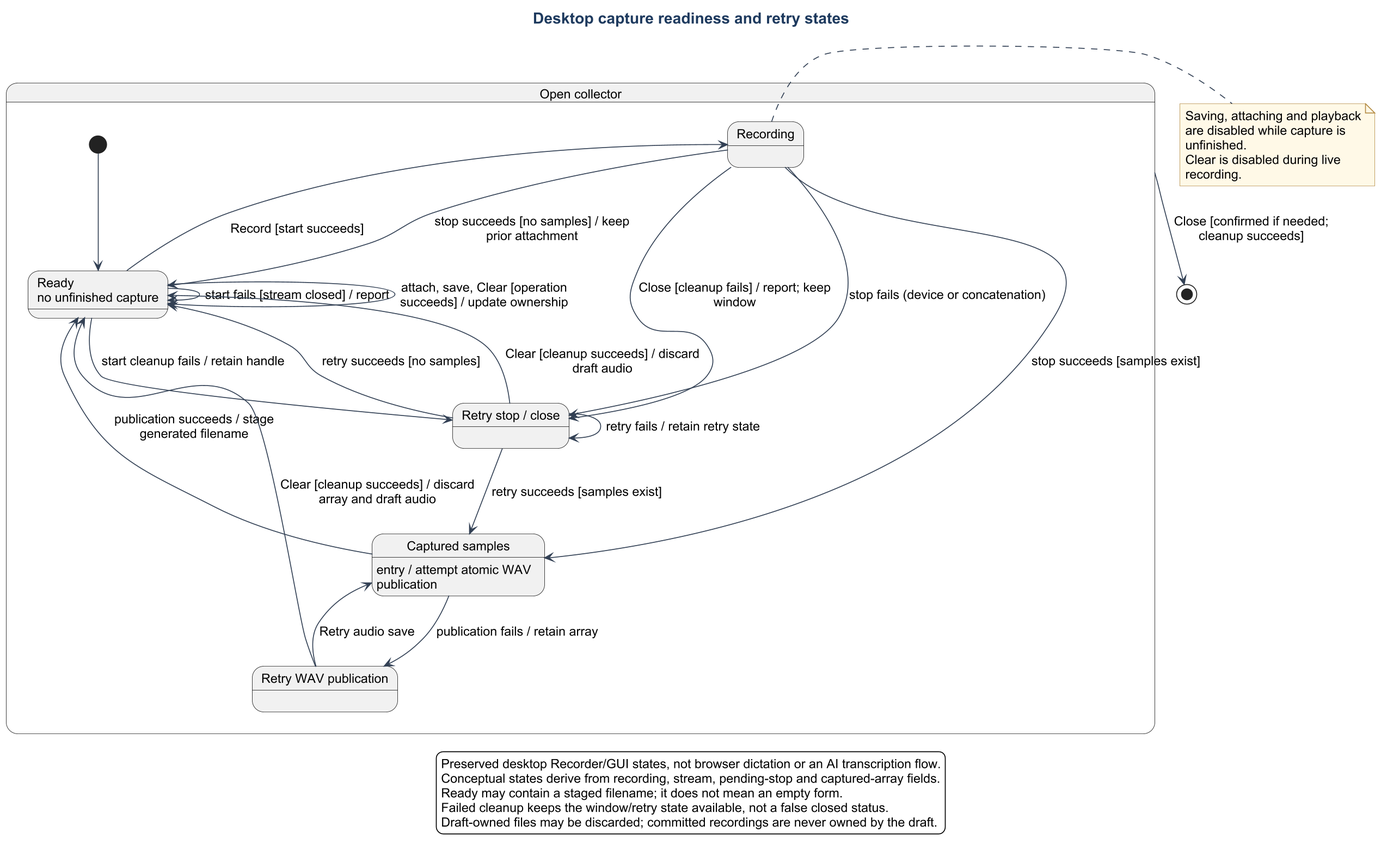
Earlier version of the PlantUML export docs/diagrams/state-audio.png (Suraku237/francanglaiscompiler). The source it was exported from:
```plantuml
@startuml
!include theme.iuml
title Desktop capture readiness and retry states
state "Open collector" as Open {
  state "Ready\nno unfinished capture" as Ready
  state "Recording" as Recording
  state "Retry stop / close" as StopRetry
  state "Captured samples" as Captured
  state "Retry WAV publication" as WriteRetry
  Captured : entry / attempt atomic WAV publication
  [*] --> Ready
  Ready --> Recording : Record [start succeeds]
  Ready --> Ready : start fails [stream closed] / report
  Ready --> StopRetry : start cleanup fails / retain handle
  Recording --> StopRetry : stop fails (device or concatenation)
  Recording --> StopRetry : Close [cleanup fails] / report; keep window
  Recording --> Captured : stop succeeds [samples exist]
  Recording --> Ready : stop succeeds [no samples] / keep prior attachment
  StopRetry --> StopRetry : retry fails / retain retry state
  StopRetry --> Captured : retry succeeds [samples exist]
  StopRetry --> Ready : retry succeeds [no samples]
  Captured --> Ready : publication succeeds / stage generated filename
  Captured --> WriteRetry : publication fails / retain array
  WriteRetry --> Captured : Retry audio save
  StopRetry --> Ready : Clear [cleanup succeeds] / discard draft audio
  WriteRetry --> Ready : Clear [cleanup succeeds] / discard array and draft audio
  Ready --> Ready : attach, save, Clear [operation succeeds] / update ownership
}
Open --> [*] : Close [confirmed if needed; cleanup succeeds]
note right of Recording
  Saving, attaching and playback
  are disabled while capture is unfinished.
  Clear is disabled during live recording.
end note
legend bottom
  Preserved desktop Recorder/GUI states, not browser dictation or an AI transcription flow.
  Conceptual states derive from recording, stream, pending-stop and captured-array fields.
  Ready may contain a staged filename; it does not mean an empty form.
  Failed cleanup keeps the window/retry state available, not a false closed status.
  Draft-owned files may be discarded; committed recordings are never owned by the draft.
endlegend
@enduml
```
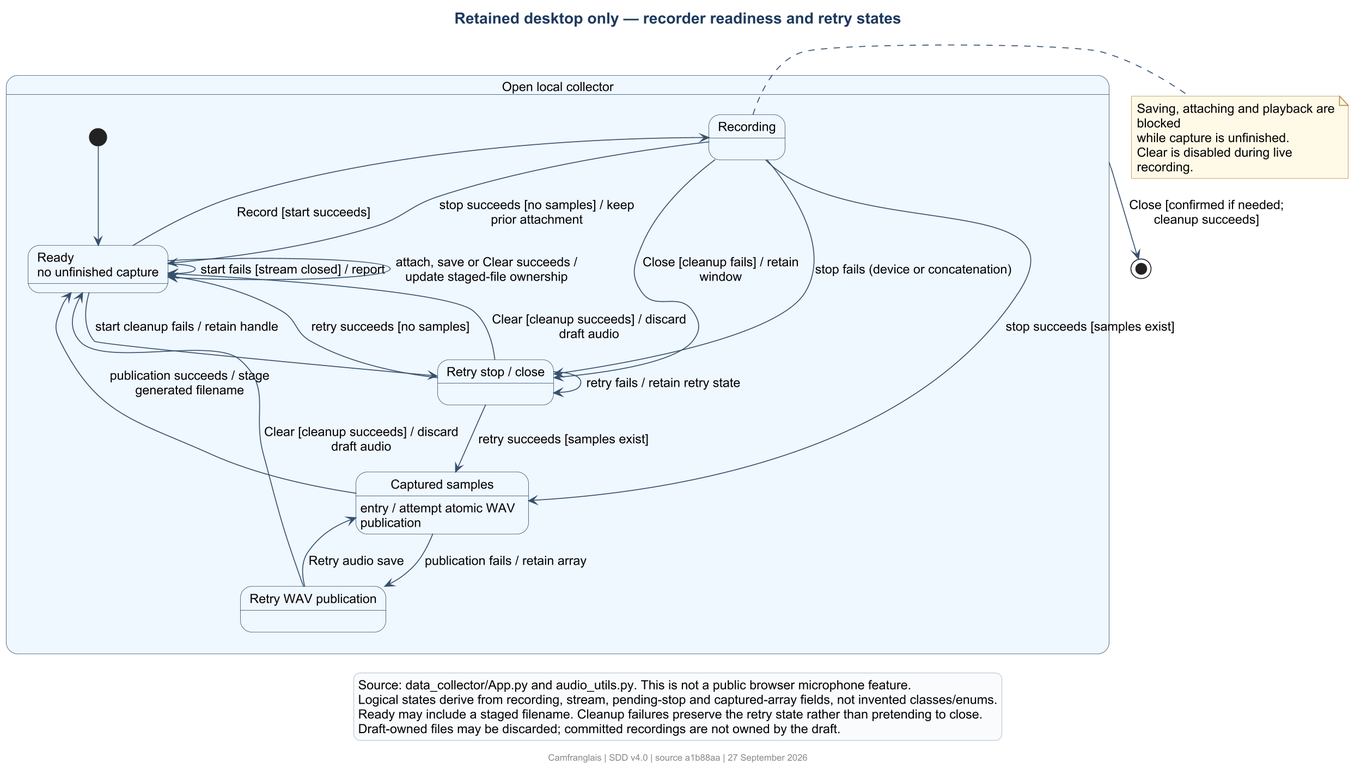
After the change.

The edit, as a diff of the source:
```diff
@@ -1,7 +1,7 @@
 @startuml
 !include theme.iuml
-title Desktop capture readiness and retry states
-state "Open collector" as Open {
+title Retained desktop only — recorder readiness and retry states
+state "Open local collector" as Open {
   state "Ready\nno unfinished capture" as Ready
   state "Recording" as Recording
   state "Retry stop / close" as StopRetry
@@ -13,7 +13,7 @@
   Ready --> Ready : start fails [stream closed] / report
   Ready --> StopRetry : start cleanup fails / retain handle
   Recording --> StopRetry : stop fails (device or concatenation)
-  Recording --> StopRetry : Close [cleanup fails] / report; keep window
+  Recording --> StopRetry : Close [cleanup fails] / retain window
   Recording --> Captured : stop succeeds [samples exist]
   Recording --> Ready : stop succeeds [no samples] / keep prior attachment
   StopRetry --> StopRetry : retry fails / retain retry state
@@ -23,20 +23,19 @@
   Captured --> WriteRetry : publication fails / retain array
   WriteRetry --> Captured : Retry audio save
   StopRetry --> Ready : Clear [cleanup succeeds] / discard draft audio
-  WriteRetry --> Ready : Clear [cleanup succeeds] / discard array and draft audio
-  Ready --> Ready : attach, save, Clear [operation succeeds] / update ownership
+  WriteRetry --> Ready : Clear [cleanup succeeds] / discard draft audio
+  Ready --> Ready : attach, save or Clear succeeds / update staged-file ownership
 }
 Open --> [*] : Close [confirmed if needed; cleanup succeeds]
 note right of Recording
-  Saving, attaching and playback
-  are disabled while capture is unfinished.
+  Saving, attaching and playback are blocked
+  while capture is unfinished.
   Clear is disabled during live recording.
 end note
 legend bottom
-  Preserved desktop Recorder/GUI states, not browser dictation or an AI transcription flow.
-  Conceptual states derive from recording, stream, pending-stop and captured-array fields.
-  Ready may contain a staged filename; it does not mean an empty form.
-  Failed cleanup keeps the window/retry state available, not a false closed status.
-  Draft-owned files may be discarded; committed recordings are never owned by the draft.
+  Source: data_collector/App.py and audio_utils.py. This is not a public browser microphone feature.
+  Logical states derive from recording, stream, pending-stop and captured-array fields, not invented classes/enums.
+  Ready may include a staged filename. Cleanup failures preserve the retry state rather than pretending to close.
+  Draft-owned files may be discarded; committed recordings are not owned by the draft.
 endlegend
 @enduml
```
